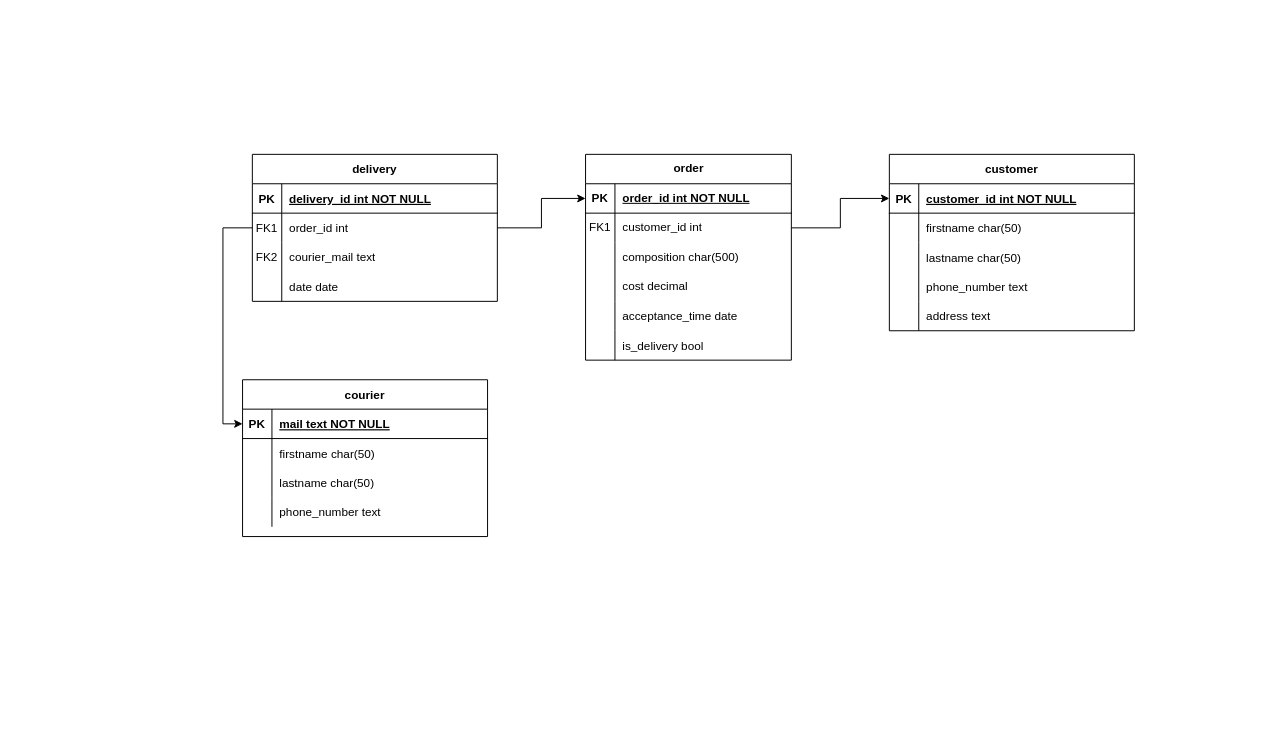
GiorgiEz/DB-modeling keeps this draw.io diagram as Untitled Diagram.drawio. Above is the earlier version. Source tidied: cells renumbered, new cells numbered last; positions are measured from the earlier drawing's top-left corner, leaving out a move shared by most shapes. Both pictures are drawn from the tidied source at 98%, with x=0, y=0 at pixel (242, 154).
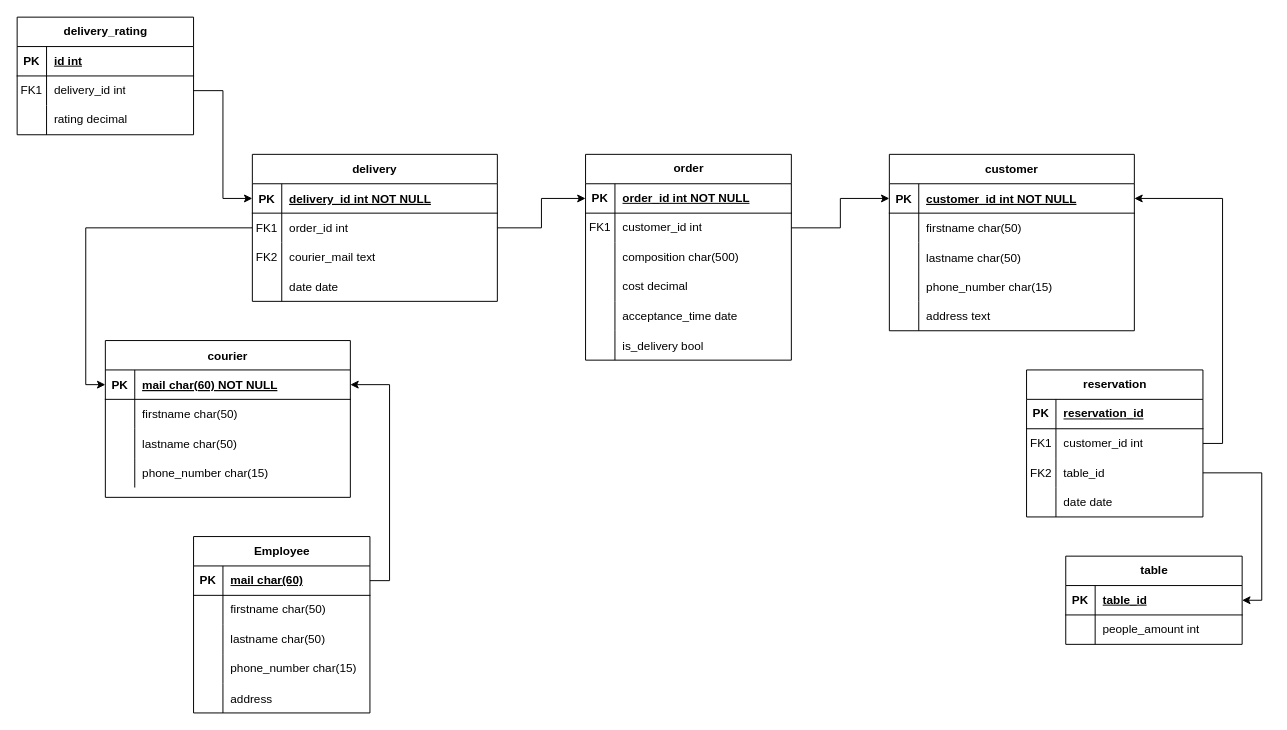
After the change.

Commit message:
added table, reservation and delivery_rating tables

Unchanged cells that the change refers to:
```xml
<mxCell id="3" style="shape=partialRectangle;fillColor=none;points=[[0,0.5],[1,0.5]];portConstraint=eastwest;top=0;left=0;right=0;bottom=1;" parent="2" vertex="1">
  <mxGeometry y="30" width="250" height="30" as="geometry" />
</mxCell>
<mxCell id="16" style="shape=partialRectangle;fillColor=none;points=[[0,0.5],[1,0.5]];portConstraint=eastwest;top=0;left=0;right=0;bottom=1;" parent="15" vertex="1">
  <mxGeometry y="30" width="250" height="30" as="geometry" />
</mxCell>
<mxCell id="25" style="shape=tableRow;horizontal=0;startSize=0;swimlaneHead=0;swimlaneBody=0;fillColor=none;top=0;left=0;right=0;bottom=0;" parent="15" vertex="1">
  <mxGeometry y="120" width="250" height="30" as="geometry" />
</mxCell>
<mxCell id="29" style="shape=partialRectangle;fillColor=none;points=[[0,0.5],[1,0.5]];portConstraint=eastwest;top=0;left=0;right=0;bottom=1;" parent="28" vertex="1">
  <mxGeometry y="30" width="250" height="30" as="geometry" />
</mxCell>
<mxCell id="38" style="shape=tableRow;horizontal=0;startSize=0;swimlaneHead=0;swimlaneBody=0;fillColor=none;top=0;left=0;right=0;bottom=0;" parent="28" vertex="1">
  <mxGeometry y="120" width="250" height="30" as="geometry" />
</mxCell>
```

The edit, as a diff of the source:
```diff
@@
     <mxCell id="15" value="courier" style="shape=table;startSize=30;childLayout=tableLayout;rowLines=0;fontStyle=1;align=center;" parent="1" vertex="1">
-      <mxGeometry y="230" width="250" height="160" as="geometry" />
+      <mxGeometry x="-140" y="190" width="250" height="160" as="geometry" />
     </mxCell>
@@
-    <mxCell id="18" value="mail text NOT NULL " style="shape=partialRectangle;overflow=hidden;fillColor=none;top=0;left=0;bottom=0;right=0;align=left;spacingLeft=6;fontStyle=5;" parent="16" vertex="1">
+    <mxCell id="18" value="mail char(60) NOT NULL " style="shape=partialRectangle;overflow=hidden;fillColor=none;top=0;left=0;bottom=0;right=0;align=left;spacingLeft=6;fontStyle=5;" parent="16" vertex="1">
       <mxGeometry x="30" width="220" height="30" as="geometry" />
     </mxCell>
@@
-    <mxCell id="27" value="phone_number text" style="shape=partialRectangle;fillColor=none;top=0;left=0;bottom=0;right=0;align=left;spacingLeft=6;overflow=hidden;" parent="25" vertex="1">
+    <mxCell id="27" value="phone_number char(15)" style="shape=partialRectangle;fillColor=none;top=0;left=0;bottom=0;right=0;align=left;spacingLeft=6;overflow=hidden;" parent="25" vertex="1">
       <mxGeometry x="30" width="220" height="30" as="geometry" />
     </mxCell>
@@
-    <mxCell id="40" value="phone_number text" style="shape=partialRectangle;fillColor=none;top=0;left=0;bottom=0;right=0;align=left;spacingLeft=6;overflow=hidden;" parent="38" vertex="1">
+    <mxCell id="40" value="phone_number char(15)" style="shape=partialRectangle;fillColor=none;top=0;left=0;bottom=0;right=0;align=left;spacingLeft=6;overflow=hidden;" parent="38" vertex="1">
       <mxGeometry x="30" width="220" height="30" as="geometry" />
     </mxCell>
@@
+    <mxCell id="66" value="table" style="shape=table;startSize=30;childLayout=tableLayout;rowLines=0;fontStyle=1;align=center;html=1;" parent="1" vertex="1">
+      <mxGeometry x="840" y="410" width="180" height="90" as="geometry" />
+    </mxCell>
+    <mxCell id="67" style="shape=tableRow;horizontal=0;startSize=0;swimlaneHead=0;swimlaneBody=0;fillColor=none;points=[[0,0.5],[1,0.5]];portConstraint=eastwest;top=0;left=0;right=0;bottom=1;" parent="66" vertex="1">
+      <mxGeometry y="30" width="180" height="30" as="geometry" />
+    </mxCell>
+    <mxCell id="68" value="PK" style="shape=partialRectangle;fillColor=none;top=0;left=0;bottom=0;right=0;fontStyle=1;overflow=hidden;whiteSpace=wrap;html=1;" parent="67" vertex="1">
+      <mxGeometry width="30" height="30" as="geometry" />
+    </mxCell>
+    <mxCell id="69" value="table_id" style="shape=partialRectangle;fillColor=none;top=0;left=0;bottom=0;right=0;align=left;spacingLeft=6;fontStyle=5;overflow=hidden;whiteSpace=wrap;html=1;" parent="67" vertex="1">
+      <mxGeometry x="30" width="150" height="30" as="geometry" />
+    </mxCell>
+    <mxCell id="70" style="shape=tableRow;horizontal=0;startSize=0;swimlaneHead=0;swimlaneBody=0;fillColor=none;top=0;left=0;right=0;bottom=0;" parent="66" vertex="1">
+      <mxGeometry y="60" width="180" height="30" as="geometry" />
+    </mxCell>
+    <mxCell id="71" style="shape=partialRectangle;fillColor=none;top=0;left=0;bottom=0;right=0;overflow=hidden;whiteSpace=wrap;html=1;" parent="70" vertex="1">
+      <mxGeometry width="30" height="30" as="geometry" />
+    </mxCell>
+    <mxCell id="72" value="people_amount int" style="shape=partialRectangle;fillColor=none;top=0;left=0;bottom=0;right=0;align=left;spacingLeft=6;overflow=hidden;whiteSpace=wrap;html=1;" parent="70" vertex="1">
+      <mxGeometry x="30" width="150" height="30" as="geometry" />
+    </mxCell>
+    <mxCell id="73" value="reservation" style="shape=table;startSize=30;childLayout=tableLayout;rowLines=0;fontStyle=1;align=center;html=1;" parent="1" vertex="1">
+      <mxGeometry x="800" y="220" width="180" height="150" as="geometry" />
+    </mxCell>
+    <mxCell id="74" style="shape=tableRow;horizontal=0;startSize=0;swimlaneHead=0;swimlaneBody=0;fillColor=none;top=0;left=0;right=0;bottom=1;" parent="73" vertex="1">
+      <mxGeometry y="30" width="180" height="30" as="geometry" />
+    </mxCell>
+    <mxCell id="75" value="PK" style="shape=partialRectangle;fillColor=none;top=0;left=0;bottom=0;right=0;fontStyle=1;overflow=hidden;whiteSpace=wrap;html=1;" parent="74" vertex="1">
+      <mxGeometry width="30" height="30" as="geometry" />
+    </mxCell>
+    <mxCell id="76" value="reservation_id" style="shape=partialRectangle;fillColor=none;top=0;left=0;bottom=0;right=0;align=left;spacingLeft=6;fontStyle=5;overflow=hidden;whiteSpace=wrap;html=1;" parent="74" vertex="1">
+      <mxGeometry x="30" width="150" height="30" as="geometry" />
+    </mxCell>
+    <mxCell id="77" style="shape=tableRow;horizontal=0;startSize=0;swimlaneHead=0;swimlaneBody=0;fillColor=none;points=[[0,0.5],[1,0.5]];portConstraint=eastwest;top=0;left=0;right=0;bottom=0;" parent="73" vertex="1">
+      <mxGeometry y="60" width="180" height="30" as="geometry" />
+    </mxCell>
+    <mxCell id="78" value="FK1" style="shape=partialRectangle;fillColor=none;top=0;left=0;bottom=0;right=0;overflow=hidden;whiteSpace=wrap;html=1;" parent="77" vertex="1">
+      <mxGeometry width="30" height="30" as="geometry" />
+    </mxCell>
+    <mxCell id="79" value="customer_id int" style="shape=partialRectangle;fillColor=none;top=0;left=0;bottom=0;right=0;align=left;spacingLeft=6;overflow=hidden;whiteSpace=wrap;html=1;" parent="77" vertex="1">
+      <mxGeometry x="30" width="150" height="30" as="geometry" />
+    </mxCell>
+    <mxCell id="80" style="shape=tableRow;horizontal=0;startSize=0;swimlaneHead=0;swimlaneBody=0;fillColor=none;points=[[0,0.5],[1,0.5]];portConstraint=eastwest;top=0;left=0;right=0;bottom=0;" parent="73" vertex="1">
+      <mxGeometry y="90" width="180" height="30" as="geometry" />
+    </mxCell>
+    <mxCell id="81" value="FK2" style="shape=partialRectangle;fillColor=none;top=0;left=0;bottom=0;right=0;overflow=hidden;" parent="80" vertex="1">
+      <mxGeometry width="30" height="30" as="geometry" />
+    </mxCell>
+    <mxCell id="82" value="table_id" style="shape=partialRectangle;fillColor=none;top=0;left=0;bottom=0;right=0;align=left;spacingLeft=6;overflow=hidden;" parent="80" vertex="1">
+      <mxGeometry x="30" width="150" height="30" as="geometry" />
+    </mxCell>
+    <mxCell id="83" style="shape=tableRow;horizontal=0;startSize=0;swimlaneHead=0;swimlaneBody=0;fillColor=none;top=0;left=0;right=0;bottom=0;" parent="73" vertex="1">
+      <mxGeometry y="120" width="180" height="30" as="geometry" />
+    </mxCell>
+    <mxCell id="84" style="shape=partialRectangle;fillColor=none;top=0;left=0;bottom=0;right=0;overflow=hidden;whiteSpace=wrap;html=1;" parent="83" vertex="1">
+      <mxGeometry width="30" height="30" as="geometry" />
+    </mxCell>
+    <mxCell id="85" value="date date" style="shape=partialRectangle;fillColor=none;top=0;left=0;bottom=0;right=0;align=left;spacingLeft=6;overflow=hidden;whiteSpace=wrap;html=1;" parent="83" vertex="1">
+      <mxGeometry x="30" width="150" height="30" as="geometry" />
+    </mxCell>
+    <mxCell id="86" style="edgeStyle=orthogonalEdgeStyle;rounded=0;jettySize=auto;html=1;exitX=1;exitY=0.5;exitDx=0;exitDy=0;entryX=1;entryY=0.5;entryDx=0;entryDy=0;" parent="1" edge="1" source="77" target="29">
+      <mxGeometry relative="1" as="geometry" />
+    </mxCell>
+    <mxCell id="87" style="edgeStyle=orthogonalEdgeStyle;rounded=0;jettySize=auto;html=1;exitX=1;exitY=0.5;exitDx=0;exitDy=0;entryX=1;entryY=0.5;entryDx=0;entryDy=0;" parent="1" edge="1" source="80" target="67">
+      <mxGeometry relative="1" as="geometry" />
+    </mxCell>
+    <mxCell id="88" value="Employee" style="shape=table;startSize=30;childLayout=tableLayout;rowLines=0;fontStyle=1;align=center;html=1;" parent="1" vertex="1">
+      <mxGeometry x="-50" y="390" width="180" height="180" as="geometry" />
+    </mxCell>
+    <mxCell id="89" style="shape=tableRow;horizontal=0;startSize=0;swimlaneHead=0;swimlaneBody=0;fillColor=none;points=[[0,0.5],[1,0.5]];portConstraint=eastwest;top=0;left=0;right=0;bottom=1;" parent="88" vertex="1">
+      <mxGeometry y="30" width="180" height="30" as="geometry" />
+    </mxCell>
+    <mxCell id="90" value="PK" style="shape=partialRectangle;fillColor=none;top=0;left=0;bottom=0;right=0;fontStyle=1;overflow=hidden;whiteSpace=wrap;html=1;" parent="89" vertex="1">
+      <mxGeometry width="30" height="30" as="geometry" />
+    </mxCell>
+    <mxCell id="91" value="mail char(60)" style="shape=partialRectangle;fillColor=none;top=0;left=0;bottom=0;right=0;align=left;spacingLeft=6;fontStyle=5;overflow=hidden;whiteSpace=wrap;html=1;" parent="89" vertex="1">
+      <mxGeometry x="30" width="150" height="30" as="geometry" />
+    </mxCell>
+    <mxCell id="92" style="shape=tableRow;horizontal=0;startSize=0;swimlaneHead=0;swimlaneBody=0;fillColor=none;top=0;left=0;right=0;bottom=0;" parent="88" vertex="1">
+      <mxGeometry y="60" width="180" height="30" as="geometry" />
+    </mxCell>
+    <mxCell id="93" style="shape=partialRectangle;fillColor=none;top=0;left=0;bottom=0;right=0;overflow=hidden;whiteSpace=wrap;html=1;" parent="92" vertex="1">
+      <mxGeometry width="30" height="30" as="geometry" />
+    </mxCell>
+    <mxCell id="94" value="&lt;span style=&quot;text-wrap: nowrap;&quot;&gt;firstname char(50)&lt;/span&gt;" style="shape=partialRectangle;fillColor=none;top=0;left=0;bottom=0;right=0;align=left;spacingLeft=6;overflow=hidden;whiteSpace=wrap;html=1;" parent="92" vertex="1">
+      <mxGeometry x="30" width="150" height="30" as="geometry" />
+    </mxCell>
+    <mxCell id="95" style="shape=tableRow;horizontal=0;startSize=0;swimlaneHead=0;swimlaneBody=0;fillColor=none;top=0;left=0;right=0;bottom=0;" parent="88" vertex="1">
+      <mxGeometry y="90" width="180" height="30" as="geometry" />
+    </mxCell>
+    <mxCell id="96" style="shape=partialRectangle;fillColor=none;top=0;left=0;bottom=0;right=0;overflow=hidden;whiteSpace=wrap;html=1;" parent="95" vertex="1">
+      <mxGeometry width="30" height="30" as="geometry" />
+    </mxCell>
+    <mxCell id="97" value="&lt;span style=&quot;text-wrap: nowrap;&quot;&gt;lastname char(50)&lt;/span&gt;" style="shape=partialRectangle;fillColor=none;top=0;left=0;bottom=0;right=0;align=left;spacingLeft=6;overflow=hidden;whiteSpace=wrap;html=1;" parent="95" vertex="1">
+      <mxGeometry x="30" width="150" height="30" as="geometry" />
+    </mxCell>
+    <mxCell id="98" style="shape=tableRow;horizontal=0;startSize=0;swimlaneHead=0;swimlaneBody=0;fillColor=none;top=0;left=0;right=0;bottom=0;" parent="88" vertex="1">
+      <mxGeometry y="120" width="180" height="30" as="geometry" />
+    </mxCell>
+    <mxCell id="99" style="shape=partialRectangle;fillColor=none;top=0;left=0;bottom=0;right=0;overflow=hidden;whiteSpace=wrap;html=1;" parent="98" vertex="1">
+      <mxGeometry width="30" height="30" as="geometry" />
+    </mxCell>
+    <mxCell id="100" value="&lt;span style=&quot;text-wrap: nowrap;&quot;&gt;phone_number char(15)&lt;/span&gt;" style="shape=partialRectangle;fillColor=none;top=0;left=0;bottom=0;right=0;align=left;spacingLeft=6;overflow=hidden;whiteSpace=wrap;html=1;" parent="98" vertex="1">
+      <mxGeometry x="30" width="150" height="30" as="geometry" />
+    </mxCell>
+    <mxCell id="101" style="shape=tableRow;horizontal=0;startSize=0;swimlaneHead=0;swimlaneBody=0;fillColor=none;top=0;left=0;right=0;bottom=0;" parent="88" vertex="1">
+      <mxGeometry y="150" width="180" height="30" as="geometry" />
+    </mxCell>
+    <mxCell id="102" style="shape=partialRectangle;fillColor=none;top=0;left=0;bottom=0;right=0;overflow=hidden;" parent="101" vertex="1">
+      <mxGeometry width="30" height="30" as="geometry" />
+    </mxCell>
+    <mxCell id="103" value="address" style="shape=partialRectangle;fillColor=none;top=0;left=0;bottom=0;right=0;align=left;spacingLeft=6;overflow=hidden;" parent="101" vertex="1">
+      <mxGeometry x="30" width="150" height="30" as="geometry" />
+    </mxCell>
+    <mxCell id="104" style="edgeStyle=orthogonalEdgeStyle;rounded=0;jettySize=auto;html=1;exitX=1;exitY=0.5;exitDx=0;exitDy=0;entryX=1;entryY=0.5;entryDx=0;entryDy=0;" parent="1" edge="1" source="89" target="16">
+      <mxGeometry relative="1" as="geometry" />
+    </mxCell>
+    <mxCell id="105" value="delivery_rating" style="shape=table;startSize=30;childLayout=tableLayout;rowLines=0;fontStyle=1;align=center;html=1;" parent="1" vertex="1">
+      <mxGeometry x="-230" y="-140" width="180" height="120" as="geometry" />
+    </mxCell>
+    <mxCell id="106" style="shape=tableRow;horizontal=0;startSize=0;swimlaneHead=0;swimlaneBody=0;fillColor=none;top=0;left=0;right=0;bottom=1;" parent="105" vertex="1">
+      <mxGeometry y="30" width="180" height="30" as="geometry" />
+    </mxCell>
+    <mxCell id="107" value="PK" style="shape=partialRectangle;fillColor=none;top=0;left=0;bottom=0;right=0;fontStyle=1;overflow=hidden;whiteSpace=wrap;html=1;" parent="106" vertex="1">
+      <mxGeometry width="30" height="30" as="geometry" />
+    </mxCell>
+    <mxCell id="108" value="id int" style="shape=partialRectangle;fillColor=none;top=0;left=0;bottom=0;right=0;align=left;spacingLeft=6;fontStyle=5;overflow=hidden;whiteSpace=wrap;html=1;" parent="106" vertex="1">
+      <mxGeometry x="30" width="150" height="30" as="geometry" />
+    </mxCell>
+    <mxCell id="109" style="shape=tableRow;horizontal=0;startSize=0;swimlaneHead=0;swimlaneBody=0;fillColor=none;points=[[0,0.5],[1,0.5]];portConstraint=eastwest;top=0;left=0;right=0;bottom=0;" parent="105" vertex="1">
+      <mxGeometry y="60" width="180" height="30" as="geometry" />
+    </mxCell>
+    <mxCell id="110" value="FK1" style="shape=partialRectangle;fillColor=none;top=0;left=0;bottom=0;right=0;overflow=hidden;whiteSpace=wrap;html=1;" parent="109" vertex="1">
+      <mxGeometry width="30" height="30" as="geometry" />
+    </mxCell>
+    <mxCell id="111" value="delivery_id int" style="shape=partialRectangle;fillColor=none;top=0;left=0;bottom=0;right=0;align=left;spacingLeft=6;overflow=hidden;whiteSpace=wrap;html=1;" parent="109" vertex="1">
+      <mxGeometry x="30" width="150" height="30" as="geometry" />
+    </mxCell>
+    <mxCell id="112" style="shape=tableRow;horizontal=0;startSize=0;swimlaneHead=0;swimlaneBody=0;fillColor=none;top=0;left=0;right=0;bottom=0;" parent="105" vertex="1">
+      <mxGeometry y="90" width="180" height="30" as="geometry" />
+    </mxCell>
+    <mxCell id="113" style="shape=partialRectangle;fillColor=none;top=0;left=0;bottom=0;right=0;overflow=hidden;whiteSpace=wrap;html=1;" parent="112" vertex="1">
+      <mxGeometry width="30" height="30" as="geometry" />
+    </mxCell>
+    <mxCell id="114" value="rating decimal" style="shape=partialRectangle;fillColor=none;top=0;left=0;bottom=0;right=0;align=left;spacingLeft=6;overflow=hidden;whiteSpace=wrap;html=1;" parent="112" vertex="1">
+      <mxGeometry x="30" width="150" height="30" as="geometry" />
+    </mxCell>
+    <mxCell id="115" style="edgeStyle=orthogonalEdgeStyle;rounded=0;jettySize=auto;html=1;exitX=1;exitY=0.5;exitDx=0;exitDy=0;entryX=0;entryY=0.5;entryDx=0;entryDy=0;" parent="1" edge="1" source="109" target="3">
+      <mxGeometry relative="1" as="geometry" />
+    </mxCell>
```
